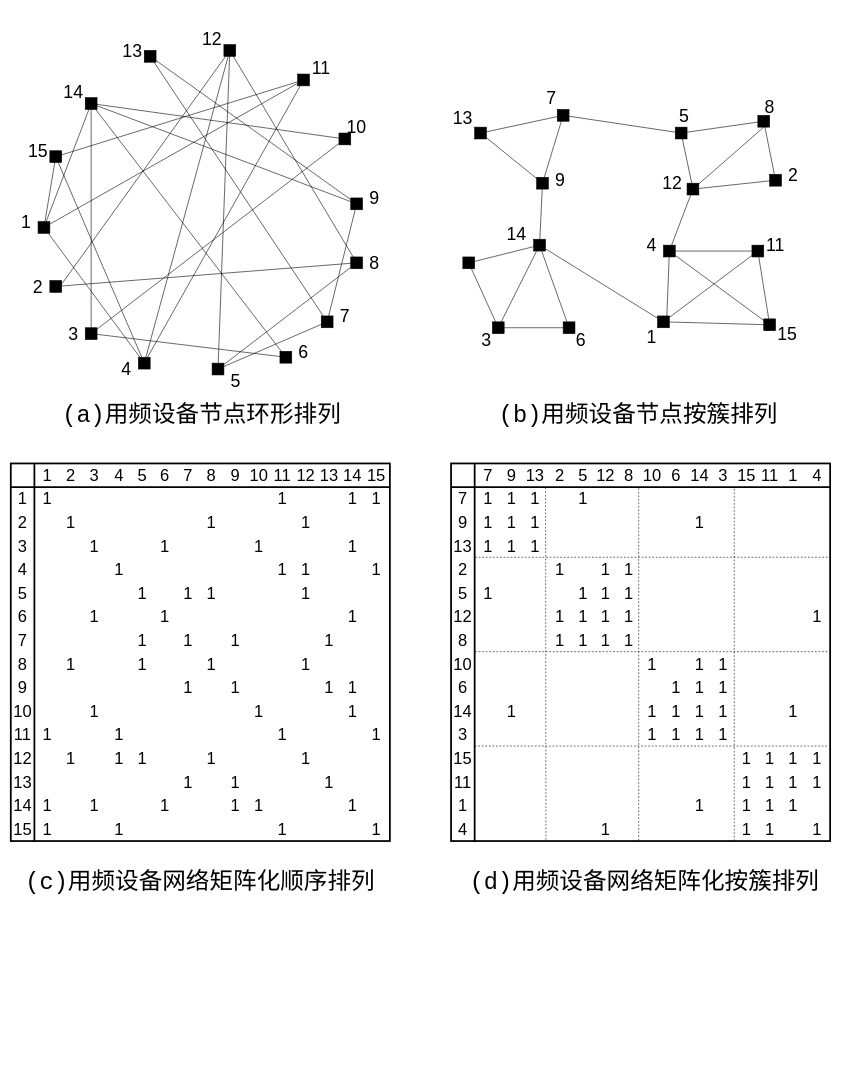
liuming14/- keeps this draw.io diagram as Untitled Diagram.drawio. Above is the earlier version. Source tidied: cells renumbered, new cells numbered last; positions are measured from the earlier drawing's top-left corner, leaving out a move shared by most shapes. Both pictures are drawn from the tidied source at 59%, with x=0, y=0 at pixel (11, 32).
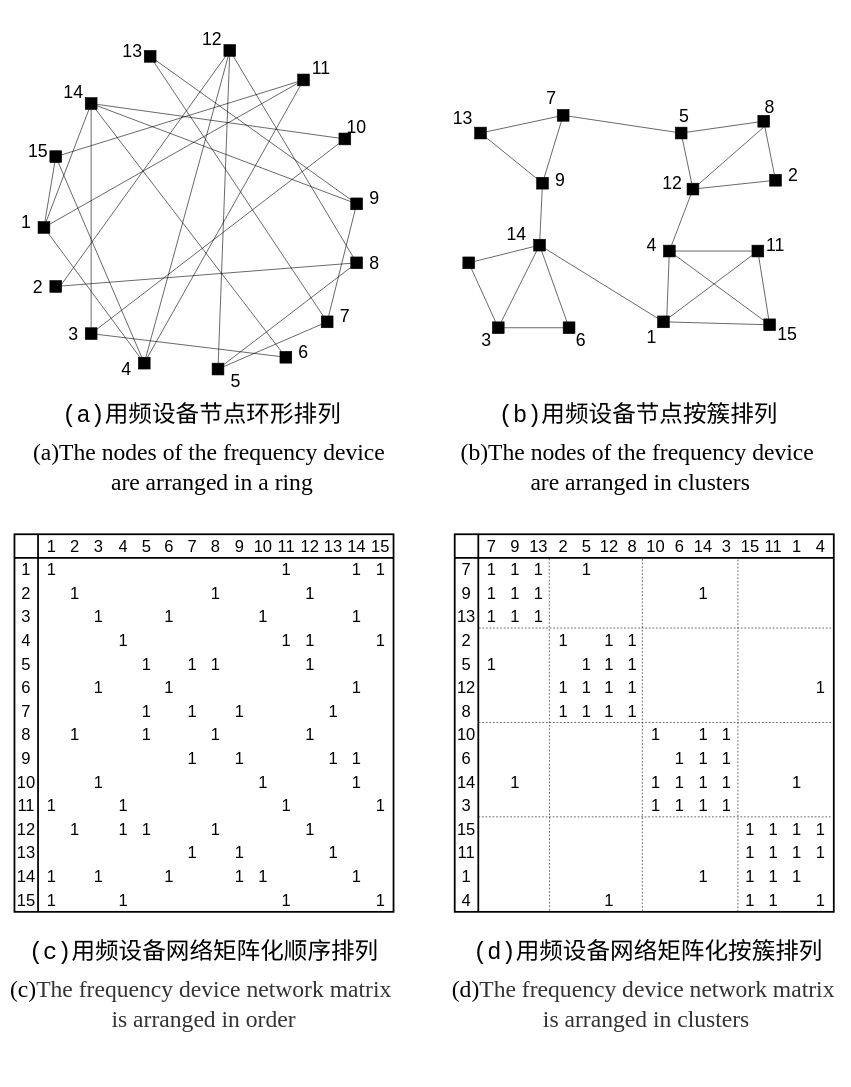
The same page after the edit.

Change to the diagram source:
```diff
@@
     <mxCell id="126" style="group;" parent="1" vertex="1">
-      <mxGeometry x="-0.2" y="730" width="642.5" height="640" as="geometry" />
+      <mxGeometry x="6" y="850" width="642.5" height="640" as="geometry" />
     </mxCell>
@@
     <mxCell id="416" style="group;" parent="1" vertex="1">
-      <mxGeometry x="746" y="730" width="642.5" height="640" as="geometry" />
+      <mxGeometry x="752.2" y="850" width="642.5" height="640" as="geometry" />
     </mxCell>
@@
     <mxCell id="712" value="&lt;pre style=&quot;font-size: 40px&quot;&gt;&lt;font style=&quot;font-size: 40px&quot;&gt;(d)用频设备网络矩阵化按簇排列&lt;/font&gt;&lt;/pre&gt;" style="text;whiteSpace=wrap;html=1;fontSize=28;fontFamily=Helvetica;fontColor=none;" parent="1" vertex="1">
-      <mxGeometry x="776" y="1370" width="430" height="120" as="geometry" />
+      <mxGeometry x="782.2" y="1490" width="430" height="120" as="geometry" />
     </mxCell>
     <mxCell id="713" value="&lt;pre style=&quot;font-size: 40px&quot;&gt;&lt;font style=&quot;font-size: 40px&quot;&gt;(c)用频设备网络矩阵化顺序排列&lt;/font&gt;&lt;/pre&gt;" style="text;whiteSpace=wrap;html=1;fontSize=28;fontFamily=Helvetica;fontColor=none;align=center;" parent="1" vertex="1">
-      <mxGeometry x="106" y="1370" width="430" height="120" as="geometry" />
+      <mxGeometry x="112.2" y="1490" width="430" height="120" as="geometry" />
     </mxCell>
+    <mxCell id="714" value="&lt;div align=&quot;center&quot;&gt;&lt;pre style=&quot;font-size: 40px&quot;&gt;&lt;font style=&quot;font-size: 40px&quot; face=&quot;Times New Roman&quot;&gt;(a)&lt;/font&gt;&lt;font face=&quot;Times New Roman&quot;&gt;The nodes of the frequency device &lt;br&gt;are arranged in a ring&lt;/font&gt;&lt;/pre&gt;&lt;/div&gt;" style="text;whiteSpace=wrap;html=1;align=center;" parent="1" vertex="1">
+      <mxGeometry x="36" y="640" width="610" height="220" as="geometry" />
+    </mxCell>
+    <mxCell id="715" value="&lt;div style=&quot;font-size: 40px&quot; align=&quot;center&quot;&gt;&lt;pre style=&quot;font-size: 40px&quot;&gt;&lt;span style=&quot;background-color: rgb(255 , 255 , 255)&quot;&gt;&lt;font style=&quot;font-size: 40px&quot; face=&quot;Times New Roman&quot;&gt;(b)&lt;/font&gt;&lt;font style=&quot;font-size: 40px&quot; face=&quot;Times New Roman&quot;&gt;The nodes of the frequency device &lt;br&gt;are arranged &lt;span style=&quot;font-style: normal ; font-variant: normal ; font-weight: normal ; letter-spacing: normal ; line-height: 26px ; text-align: justify ; text-indent: 0px ; text-transform: none ; word-spacing: 0px ; display: inline ; float: none&quot;&gt;in clusters&lt;/span&gt;&lt;/font&gt;&lt;/span&gt;&lt;/pre&gt;&lt;/div&gt;" style="text;whiteSpace=wrap;html=1;align=center;" parent="1" vertex="1">
+      <mxGeometry x="762.2" y="640" width="610" height="220" as="geometry" />
+    </mxCell>
+    <mxCell id="716" value="&lt;div style=&quot;font-size: 40px&quot; align=&quot;center&quot;&gt;&lt;pre style=&quot;font-size: 40px&quot;&gt;&lt;span style=&quot;background-color: rgb(255 , 255 , 255)&quot;&gt;&lt;font style=&quot;font-size: 40px&quot; face=&quot;Times New Roman&quot;&gt;(c)&lt;/font&gt;&lt;font style=&quot;font-size: 40px&quot; face=&quot;Times New Roman&quot;&gt;&lt;span style=&quot;color: rgb(51 , 51 , 51) ; font-style: normal ; font-variant: normal ; font-weight: normal ; letter-spacing: normal ; line-height: 26px ; text-align: justify ; text-indent: 0px ; text-transform: none ; word-spacing: 0px ; display: inline ; float: none&quot;&gt;The frequency device network matrix &lt;br&gt;is arranged in order&lt;/span&gt;&lt;br&gt;&lt;/font&gt;&lt;/span&gt;&lt;/pre&gt;&lt;/div&gt;" style="text;whiteSpace=wrap;html=1;align=center;" parent="1" vertex="1">
+      <mxGeometry x="22.2" y="1550" width="610" height="220" as="geometry" />
+    </mxCell>
+    <mxCell id="717" value="&lt;div style=&quot;font-size: 40px&quot; align=&quot;center&quot;&gt;&lt;pre style=&quot;font-size: 40px&quot;&gt;&lt;span style=&quot;background-color: rgb(255 , 255 , 255)&quot;&gt;&lt;font style=&quot;font-size: 40px&quot; face=&quot;Times New Roman&quot;&gt;(d)&lt;/font&gt;&lt;font style=&quot;font-size: 40px&quot; face=&quot;Times New Roman&quot;&gt;&lt;span style=&quot;color: rgb(51 , 51 , 51) ; font-style: normal ; font-variant: normal ; font-weight: normal ; letter-spacing: normal ; line-height: 26px ; text-align: justify ; text-indent: 0px ; text-transform: none ; word-spacing: 0px ; display: inline ; float: none&quot;&gt;The frequency device network matrix &lt;br&gt;is arranged in clusters&lt;/span&gt;&lt;br&gt;&lt;/font&gt;&lt;/span&gt;&lt;/pre&gt;&lt;/div&gt;" style="text;whiteSpace=wrap;html=1;align=center;" parent="1" vertex="1">
+      <mxGeometry x="772.2" y="1550" width="610" height="220" as="geometry" />
+    </mxCell>
```
